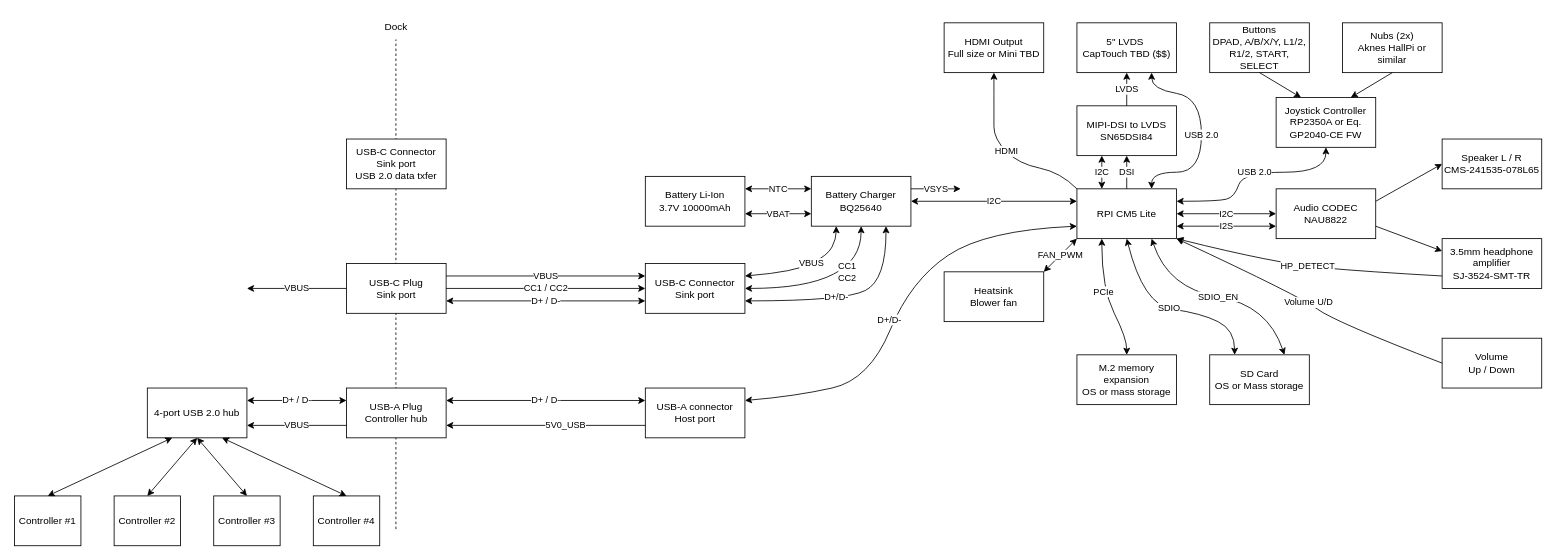
Above: page "High-level overview" (1 of 2) of hardware/Rev1_00-0a/block diagram/Consolation - Block diagram.drawio in lecejeff/Consolation (draw.io), before the change. Source tidied: cells renumbered, new cells numbered last; positions are measured from the earlier drawing's top-left corner, leaving out a move shared by most shapes. Both pictures are drawn from the tidied source at 83%, with x=0, y=0 at pixel (14, 14).
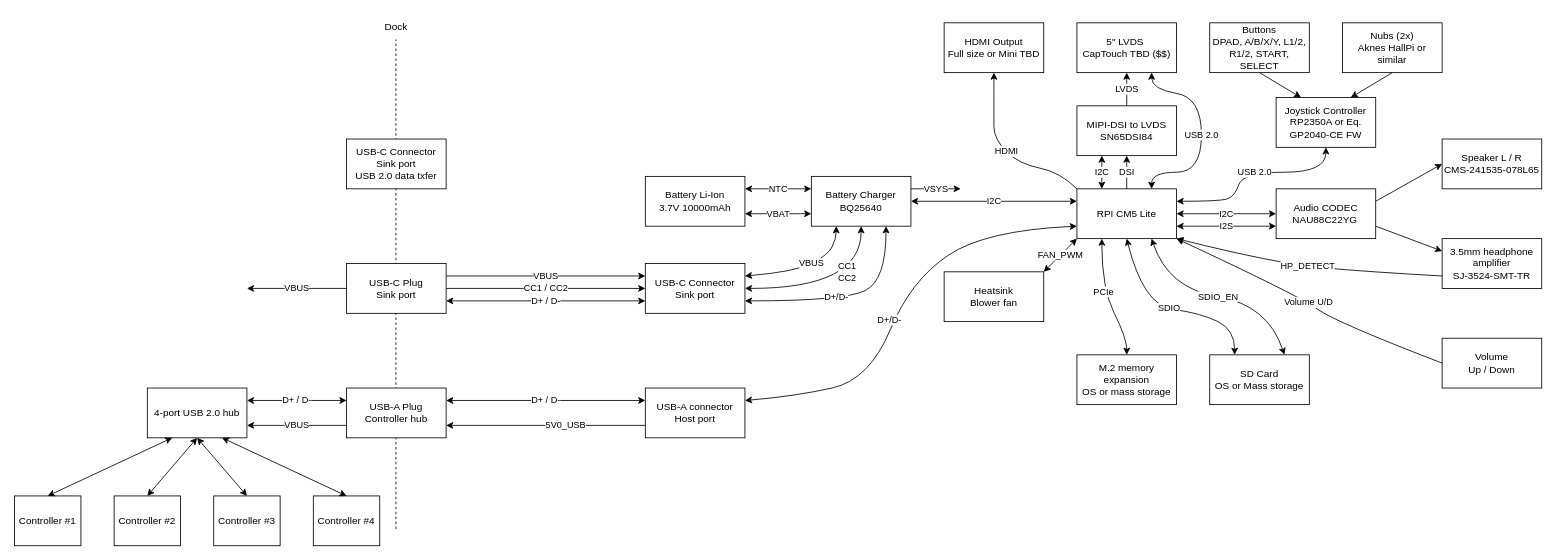
Above is the later version.

Commit message (it also covers changes not shown here):
Add part number of codec to block diagram Add codec and hdmi schematic sheets

The edit, as a diff of the source:
```diff
@@
-    <mxCell id="15" value="Audio CODEC&lt;br&gt;NAU8822" style="rounded=0;whiteSpace=wrap;html=1;" parent="1" vertex="1">
+    <mxCell id="15" value="Audio CODEC&lt;br&gt;NAU88C22YG&lt;span style=&quot;white-space: pre;&quot;&gt;&#9;&lt;/span&gt;" style="rounded=0;whiteSpace=wrap;html=1;" parent="1" vertex="1">
       <mxGeometry x="1520" y="210" width="120" height="60" as="geometry" />
     </mxCell>
```
